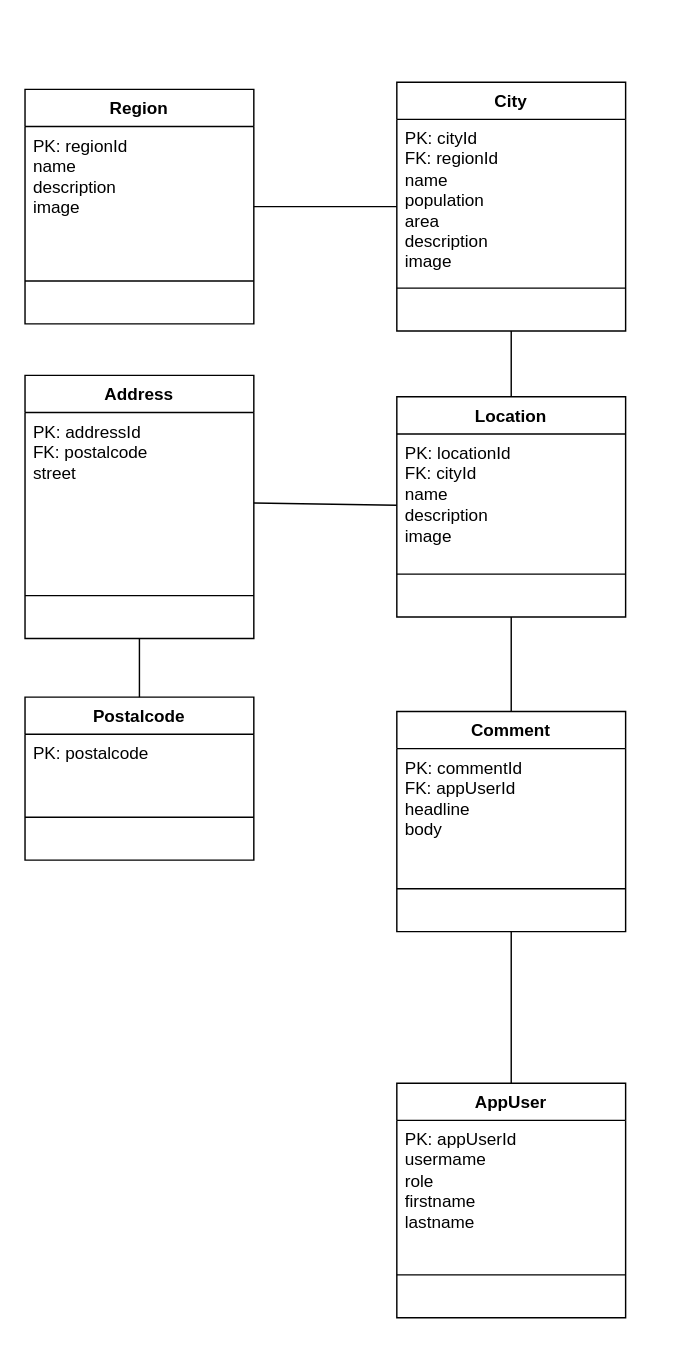
Before: resources/DB design.drawio in jaolim/back_end_harjoitustyo, a draw.io diagram. Source tidied: cells renumbered, new cells numbered last; positions are measured from the earlier drawing's top-left corner, leaving out a move shared by most shapes. Both pictures are drawn from the tidied source at 143%, with x=0, y=0 at pixel (24, 82).
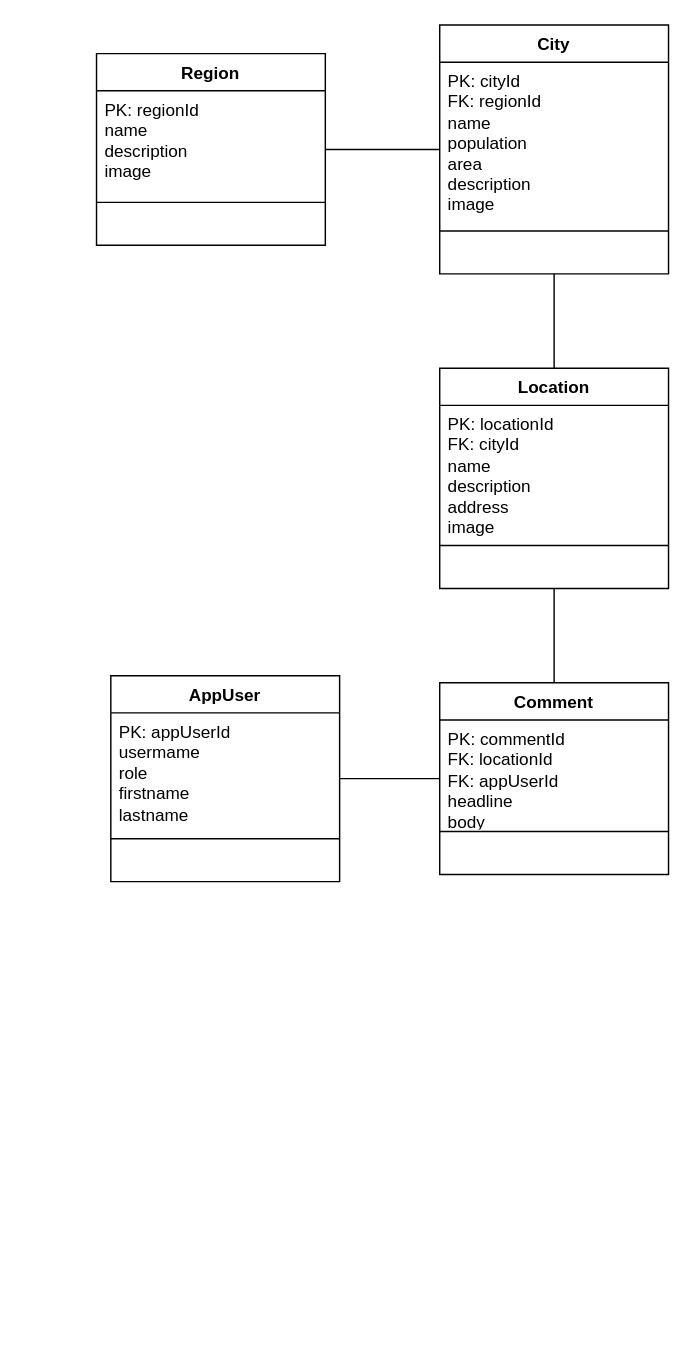
The same page after the edit.

Change to the diagram source:
```diff
@@
     <mxCell id="2" value="Region" style="swimlane;fontStyle=1;align=center;verticalAlign=top;horizontal=1;startSize=26;whiteSpace=wrap;html=1;" parent="1" vertex="1">
-      <mxGeometry y="5" width="160" height="164" as="geometry" />
+      <mxGeometry x="50" y="-20" width="160" height="134" as="geometry" />
     </mxCell>
     <mxCell id="3" value="PK: regionId&lt;br&gt;&lt;div&gt;name&lt;/div&gt;&lt;div&gt;description&lt;/div&gt;&lt;div&gt;image&lt;/div&gt;" style="text;strokeColor=none;fillColor=none;align=left;verticalAlign=top;spacingLeft=4;spacingRight=4;overflow=hidden;whiteSpace=wrap;html=1;" parent="2" vertex="1">
-      <mxGeometry y="26" width="160" height="104" as="geometry" />
+      <mxGeometry y="26" width="160" height="74" as="geometry" />
     </mxCell>
     <mxCell id="4" style="line;strokeWidth=1;fillColor=none;align=left;verticalAlign=middle;spacingTop=-1;spacingLeft=3;spacingRight=3;labelPosition=right;strokeColor=inherit;" parent="2" vertex="1">
-      <mxGeometry y="130" width="160" height="8" as="geometry" />
+      <mxGeometry y="100" width="160" height="8" as="geometry" />
     </mxCell>
     <mxCell id="5" value="&amp;nbsp;" style="text;strokeColor=none;fillColor=none;align=left;verticalAlign=top;spacingLeft=4;spacingRight=4;overflow=hidden;whiteSpace=wrap;html=1;" parent="2" vertex="1">
-      <mxGeometry y="138" width="160" height="26" as="geometry" />
+      <mxGeometry y="108" width="160" height="26" as="geometry" />
     </mxCell>
     <mxCell id="6" value="City" style="swimlane;fontStyle=1;align=center;verticalAlign=top;horizontal=1;startSize=26;whiteSpace=wrap;html=1;" parent="1" vertex="1">
-      <mxGeometry x="260" width="160" height="174" as="geometry" />
+      <mxGeometry x="290" y="-40" width="160" height="174" as="geometry" />
     </mxCell>
@@
     <mxCell id="11" value="Location" style="swimlane;fontStyle=1;align=center;verticalAlign=top;horizontal=1;startSize=26;whiteSpace=wrap;html=1;" parent="1" vertex="1">
-      <mxGeometry x="260" y="220" width="160" height="154" as="geometry" />
+      <mxGeometry x="290" y="200" width="160" height="154" as="geometry" />
     </mxCell>
-    <mxCell id="12" value="PK: locationId&lt;div&gt;FK: cityId&lt;br&gt;&lt;div&gt;name&lt;/div&gt;&lt;div&gt;description&lt;/div&gt;&lt;/div&gt;&lt;div&gt;image&lt;/div&gt;" style="text;strokeColor=none;fillColor=none;align=left;verticalAlign=top;spacingLeft=4;spacingRight=4;overflow=hidden;whiteSpace=wrap;html=1;" parent="11" vertex="1">
+    <mxCell id="12" value="PK: locationId&lt;div&gt;FK: cityId&lt;br&gt;&lt;div&gt;name&lt;/div&gt;&lt;div&gt;description&lt;/div&gt;&lt;/div&gt;&lt;div&gt;address&lt;/div&gt;&lt;div&gt;image&lt;/div&gt;" style="text;strokeColor=none;fillColor=none;align=left;verticalAlign=top;spacingLeft=4;spacingRight=4;overflow=hidden;whiteSpace=wrap;html=1;" parent="11" vertex="1">
       <mxGeometry y="26" width="160" height="94" as="geometry" />
     </mxCell>
@@
     <mxCell id="16" value="Comment" style="swimlane;fontStyle=1;align=center;verticalAlign=top;horizontal=1;startSize=26;whiteSpace=wrap;html=1;" parent="1" vertex="1">
-      <mxGeometry x="260" y="440" width="160" height="154" as="geometry" />
+      <mxGeometry x="290" y="420" width="160" height="134" as="geometry" />
     </mxCell>
-    <mxCell id="17" value="&lt;div&gt;PK: commentId&lt;/div&gt;&lt;div&gt;FK: appUserId&lt;/div&gt;&lt;div&gt;headline&lt;/div&gt;&lt;div&gt;body&lt;/div&gt;" style="text;strokeColor=none;fillColor=none;align=left;verticalAlign=top;spacingLeft=4;spacingRight=4;overflow=hidden;whiteSpace=wrap;html=1;" parent="16" vertex="1">
-      <mxGeometry y="26" width="160" height="94" as="geometry" />
+    <mxCell id="17" value="&lt;div&gt;PK: commentId&lt;/div&gt;&lt;div&gt;FK: locationId&lt;/div&gt;&lt;div&gt;FK: appUserId&lt;/div&gt;&lt;div&gt;headline&lt;/div&gt;&lt;div&gt;body&lt;/div&gt;" style="text;strokeColor=none;fillColor=none;align=left;verticalAlign=top;spacingLeft=4;spacingRight=4;overflow=hidden;whiteSpace=wrap;html=1;" parent="16" vertex="1">
+      <mxGeometry y="26" width="160" height="74" as="geometry" />
     </mxCell>
     <mxCell id="18" style="line;strokeWidth=1;fillColor=none;align=left;verticalAlign=middle;spacingTop=-1;spacingLeft=3;spacingRight=3;labelPosition=right;strokeColor=inherit;" parent="16" vertex="1">
-      <mxGeometry y="120" width="160" height="8" as="geometry" />
+      <mxGeometry y="100" width="160" height="8" as="geometry" />
     </mxCell>
     <mxCell id="19" value="&amp;nbsp;" style="text;strokeColor=none;fillColor=none;align=left;verticalAlign=top;spacingLeft=4;spacingRight=4;overflow=hidden;whiteSpace=wrap;html=1;" parent="16" vertex="1">
-      <mxGeometry y="128" width="160" height="26" as="geometry" />
+      <mxGeometry y="108" width="160" height="26" as="geometry" />
     </mxCell>
@@
     <mxCell id="21" value="AppUser" style="swimlane;fontStyle=1;align=center;verticalAlign=top;horizontal=1;startSize=26;whiteSpace=wrap;html=1;" parent="1" vertex="1">
-      <mxGeometry x="260" y="700" width="160" height="164" as="geometry" />
+      <mxGeometry x="60" y="415" width="160" height="144" as="geometry" />
     </mxCell>
     <mxCell id="22" value="PK: appUserId&lt;div&gt;usermame&lt;br&gt;&lt;div&gt;role&lt;/div&gt;&lt;div&gt;firstname&lt;/div&gt;&lt;div&gt;lastname&lt;/div&gt;&lt;div&gt;&lt;br&gt;&lt;/div&gt;&lt;/div&gt;" style="text;strokeColor=none;fillColor=none;align=left;verticalAlign=top;spacingLeft=4;spacingRight=4;overflow=hidden;whiteSpace=wrap;html=1;" parent="21" vertex="1">
-      <mxGeometry y="26" width="160" height="104" as="geometry" />
+      <mxGeometry y="26" width="160" height="84" as="geometry" />
     </mxCell>
     <mxCell id="23" style="line;strokeWidth=1;fillColor=none;align=left;verticalAlign=middle;spacingTop=-1;spacingLeft=3;spacingRight=3;labelPosition=right;strokeColor=inherit;" parent="21" vertex="1">
-      <mxGeometry y="130" width="160" height="8" as="geometry" />
+      <mxGeometry y="110" width="160" height="8" as="geometry" />
     </mxCell>
     <mxCell id="24" value="&amp;nbsp;" style="text;strokeColor=none;fillColor=none;align=left;verticalAlign=top;spacingLeft=4;spacingRight=4;overflow=hidden;whiteSpace=wrap;html=1;" parent="21" vertex="1">
-      <mxGeometry y="138" width="160" height="26" as="geometry" />
+      <mxGeometry y="118" width="160" height="26" as="geometry" />
     </mxCell>
@@
-    <mxCell id="26" value="Postalcode" style="swimlane;fontStyle=1;align=center;verticalAlign=top;horizontal=1;startSize=26;whiteSpace=wrap;html=1;" parent="1" vertex="1">
-      <mxGeometry y="430" width="160" height="114" as="geometry" />
-    </mxCell>
-    <mxCell id="27" value="PK: postalcode" style="text;strokeColor=none;fillColor=none;align=left;verticalAlign=top;spacingLeft=4;spacingRight=4;overflow=hidden;whiteSpace=wrap;html=1;" parent="26" vertex="1">
-      <mxGeometry y="26" width="160" height="54" as="geometry" />
-    </mxCell>
-    <mxCell id="28" style="line;strokeWidth=1;fillColor=none;align=left;verticalAlign=middle;spacingTop=-1;spacingLeft=3;spacingRight=3;labelPosition=right;strokeColor=inherit;" parent="26" vertex="1">
-      <mxGeometry y="80" width="160" height="8" as="geometry" />
-    </mxCell>
-    <mxCell id="29" value="&amp;nbsp;" style="text;strokeColor=none;fillColor=none;align=left;verticalAlign=top;spacingLeft=4;spacingRight=4;overflow=hidden;whiteSpace=wrap;html=1;" parent="26" vertex="1">
-      <mxGeometry y="88" width="160" height="26" as="geometry" />
-    </mxCell>
-    <mxCell id="30" value="Address" style="swimlane;fontStyle=1;align=center;verticalAlign=top;horizontal=1;startSize=26;whiteSpace=wrap;html=1;" parent="1" vertex="1">
-      <mxGeometry y="205" width="160" height="184" as="geometry" />
-    </mxCell>
-    <mxCell id="31" value="PK: addressId&lt;div&gt;FK: postalcode&lt;br&gt;&lt;div&gt;street&lt;br&gt;&lt;div&gt;&lt;br&gt;&lt;div&gt;&lt;br&gt;&lt;/div&gt;&lt;/div&gt;&lt;/div&gt;&lt;/div&gt;" style="text;strokeColor=none;fillColor=none;align=left;verticalAlign=top;spacingLeft=4;spacingRight=4;overflow=hidden;points=[[0,0.5],[1,0.5]];portConstraint=eastwest;whiteSpace=wrap;html=1;" parent="30" vertex="1">
-      <mxGeometry y="26" width="160" height="124" as="geometry" />
-    </mxCell>
-    <mxCell id="32" style="line;strokeWidth=1;fillColor=none;align=left;verticalAlign=middle;spacingTop=-1;spacingLeft=3;spacingRight=3;labelPosition=right;strokeColor=inherit;" parent="30" vertex="1">
-      <mxGeometry y="150" width="160" height="8" as="geometry" />
-    </mxCell>
-    <mxCell id="33" value="&amp;nbsp;" style="text;strokeColor=none;fillColor=none;align=left;verticalAlign=top;spacingLeft=4;spacingRight=4;overflow=hidden;whiteSpace=wrap;html=1;" parent="30" vertex="1">
-      <mxGeometry y="158" width="160" height="26" as="geometry" />
-    </mxCell>
-    <mxCell id="34" style="endArrow=none;html=1;rounded=0;" parent="1" edge="1" source="31" target="11">
-      <mxGeometry relative="1" as="geometry" />
-    </mxCell>
-    <mxCell id="35" style="endArrow=none;html=1;rounded=0;" parent="1" edge="1" source="26" target="30">
-      <mxGeometry relative="1" as="geometry" />
-    </mxCell>
```
